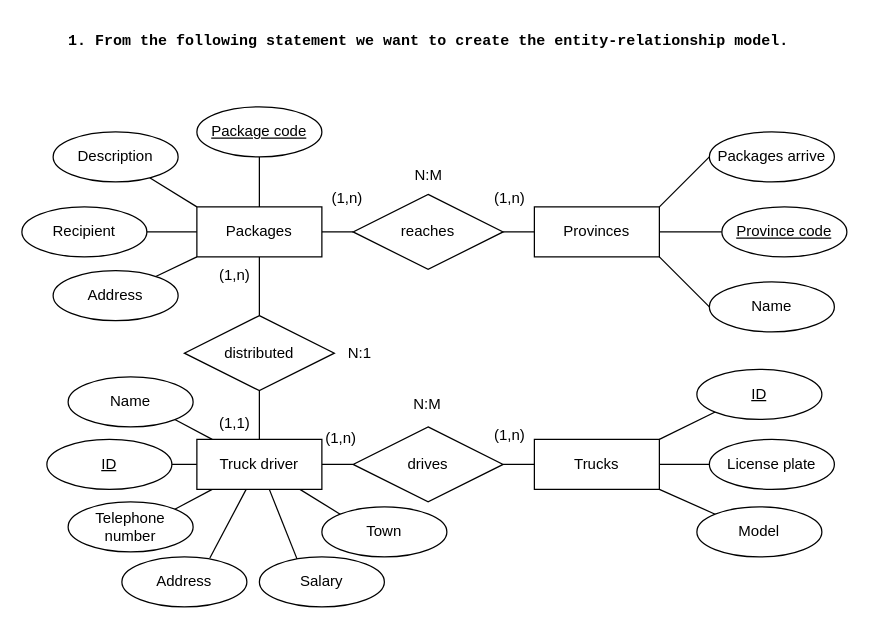
Above: page "Exercise 1" (1 of 5) of ejercicio3.drawio in Maek0s/1DAM_Databases (draw.io), before the change. Source tidied: cells renumbered, new cells numbered last; positions are measured from the earlier drawing's top-left corner, leaving out a move shared by most shapes. Both pictures are drawn from the tidied source at 125%, with x=0, y=0 at pixel (21, 21).
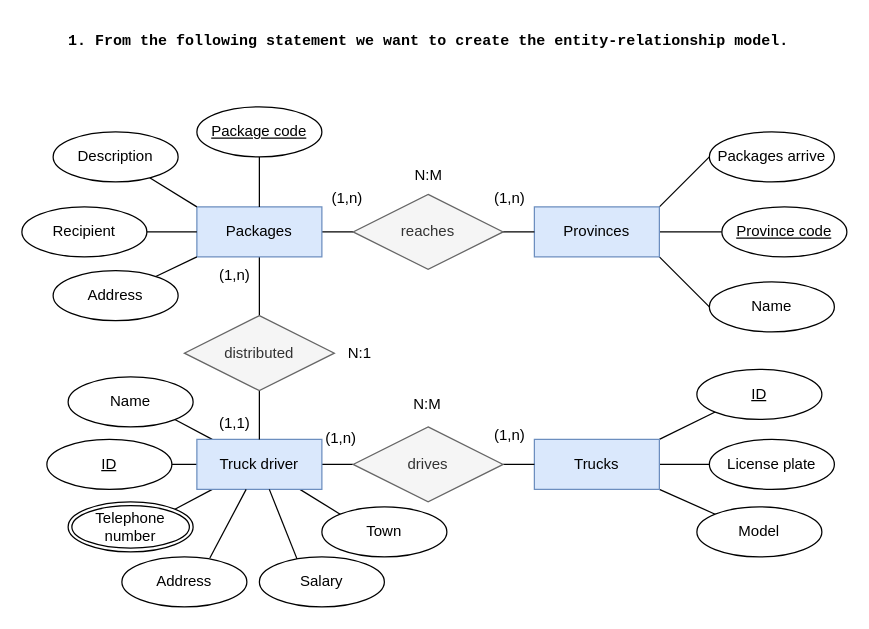
Above is the later version.

Diff of the diagram source:
```diff
@@
-    <mxCell id="5" value="Packages" style="whiteSpace=wrap;html=1;align=center;" parent="1" vertex="1">
+    <mxCell id="5" value="Packages" style="whiteSpace=wrap;html=1;align=center;fillColor=#dae8fc;strokeColor=#6c8ebf;" parent="1" vertex="1">
       <mxGeometry x="140" y="148" width="100" height="40" as="geometry" />
     </mxCell>
@@
-    <mxCell id="9" value="Provinces" style="whiteSpace=wrap;html=1;align=center;" parent="1" vertex="1">
+    <mxCell id="9" value="Provinces" style="whiteSpace=wrap;html=1;align=center;fillColor=#dae8fc;strokeColor=#6c8ebf;" parent="1" vertex="1">
       <mxGeometry x="410" y="148" width="100" height="40" as="geometry" />
     </mxCell>
@@
-    <mxCell id="13" style="rounded=0;jettySize=auto;html=1;entryX=1;entryY=0;entryDx=0;entryDy=0;endArrow=none;endFill=0;" parent="1" edge="1" source="15" target="36">
-      <mxGeometry relative="1" as="geometry" />
+    <mxCell id="13" style="rounded=0;jettySize=auto;html=1;entryX=1;entryY=0;entryDx=0;entryDy=0;endArrow=none;endFill=0;" parent="1" edge="1" source="15">
+      <mxGeometry relative="1" as="geometry">
+        <mxPoint x="122.4" y="389.9" as="targetPoint" />
+      </mxGeometry>
     </mxCell>
@@
-    <mxCell id="15" value="Truck driver" style="whiteSpace=wrap;html=1;align=center;" parent="1" vertex="1">
+    <mxCell id="15" value="Truck driver" style="whiteSpace=wrap;html=1;align=center;fillColor=#dae8fc;strokeColor=#6c8ebf;" parent="1" vertex="1">
       <mxGeometry x="140" y="334" width="100" height="40" as="geometry" />
     </mxCell>
@@
-    <mxCell id="19" value="Trucks" style="whiteSpace=wrap;html=1;align=center;" parent="1" vertex="1">
+    <mxCell id="19" value="Trucks" style="whiteSpace=wrap;html=1;align=center;fillColor=#dae8fc;strokeColor=#6c8ebf;" parent="1" vertex="1">
       <mxGeometry x="410" y="334" width="100" height="40" as="geometry" />
     </mxCell>
@@
-    <mxCell id="21" value="reaches" style="shape=rhombus;perimeter=rhombusPerimeter;whiteSpace=wrap;html=1;align=center;" parent="1" vertex="1">
+    <mxCell id="21" value="reaches" style="shape=rhombus;perimeter=rhombusPerimeter;whiteSpace=wrap;html=1;align=center;fillColor=#f5f5f5;fontColor=#333333;strokeColor=#666666;" parent="1" vertex="1">
       <mxGeometry x="265" y="138" width="120" height="60" as="geometry" />
     </mxCell>
@@
-    <mxCell id="23" value="drives" style="shape=rhombus;perimeter=rhombusPerimeter;whiteSpace=wrap;html=1;align=center;" parent="1" vertex="1">
+    <mxCell id="23" value="drives" style="shape=rhombus;perimeter=rhombusPerimeter;whiteSpace=wrap;html=1;align=center;fillColor=#f5f5f5;fontColor=#333333;strokeColor=#666666;" parent="1" vertex="1">
       <mxGeometry x="265" y="324" width="120" height="60" as="geometry" />
     </mxCell>
@@
-    <mxCell id="25" value="distributed" style="shape=rhombus;perimeter=rhombusPerimeter;whiteSpace=wrap;html=1;align=center;" parent="1" vertex="1">
+    <mxCell id="25" value="distributed" style="shape=rhombus;perimeter=rhombusPerimeter;whiteSpace=wrap;html=1;align=center;fillColor=#f5f5f5;fontColor=#333333;strokeColor=#666666;" parent="1" vertex="1">
       <mxGeometry x="130" y="235" width="120" height="60" as="geometry" />
     </mxCell>
@@
-    <mxCell id="36" value="Telephone number" style="ellipse;whiteSpace=wrap;html=1;align=center;" parent="1" vertex="1">
-      <mxGeometry x="37" y="384" width="100" height="40" as="geometry" />
-    </mxCell>
@@
+    <mxCell id="36" value="Telephone number" style="ellipse;shape=doubleEllipse;margin=3;whiteSpace=wrap;html=1;align=center;" parent="1" vertex="1">
+      <mxGeometry x="37" y="384" width="100" height="40" as="geometry" />
+    </mxCell>
```
